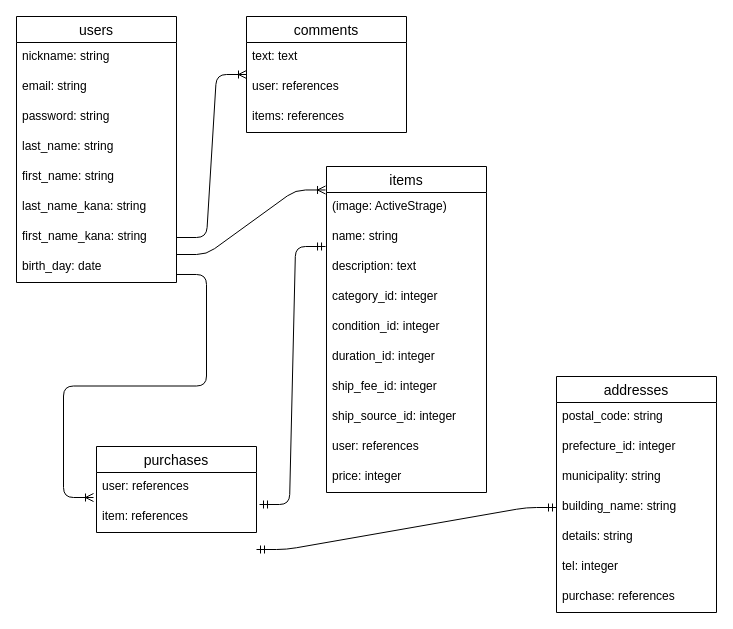
Above: ER図.drawio in T-Umino/furima-30506 (draw.io), before the change. Source tidied: cells renumbered, new cells numbered last; positions are measured from the earlier drawing's top-left corner, leaving out a move shared by most shapes. Both pictures are drawn from the tidied source at 100%, with x=0, y=0 at pixel (16, 16).
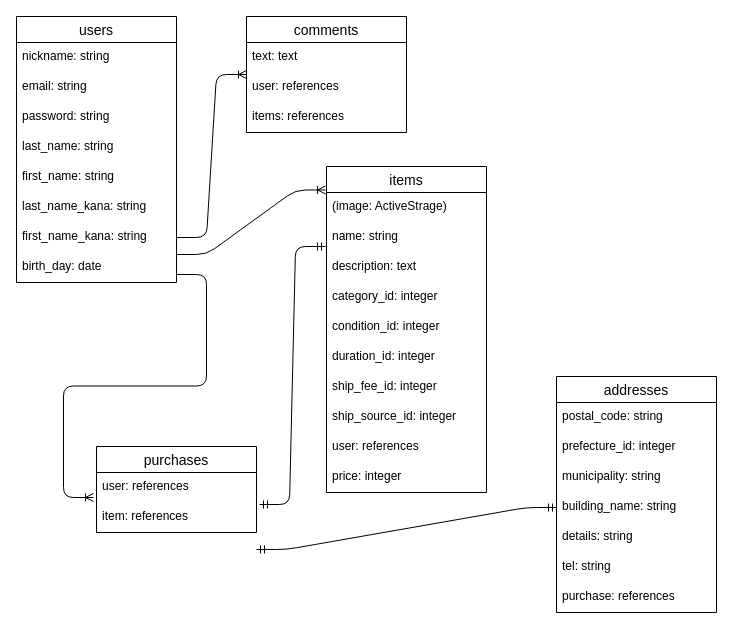
After the change.

Commit message (it also covers changes not shown here):
テーブル設計（修正３）

The change refers to these unchanged cells:
```xml
<mxCell id="31" value="addresses" style="swimlane;fontStyle=0;horizontal=1;startSize=26;align=center;fontSize=14;" parent="1" vertex="1">
  <mxGeometry x="540" y="360" width="160" height="236" as="geometry" />
</mxCell>
```

The edit, as a diff of the source:
```diff
@@
-    <mxCell id="37" value="tel: integer" style="text;strokeColor=none;fillColor=none;spacingLeft=4;spacingRight=4;overflow=hidden;fontSize=12;" parent="31" vertex="1">
+    <mxCell id="37" value="tel: string" style="text;strokeColor=none;fillColor=none;spacingLeft=4;spacingRight=4;overflow=hidden;fontSize=12;" parent="31" vertex="1">
       <mxGeometry y="176" width="160" height="30" as="geometry" />
     </mxCell>
```
